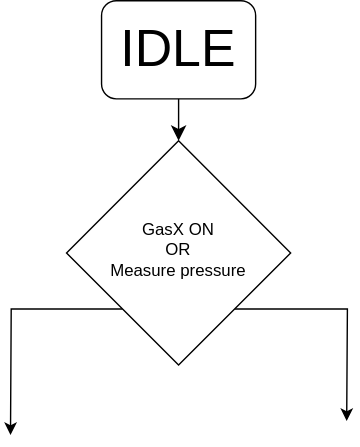
Earlier version of the draw.io export Untitled Diagram.drawio.svg (lampnis/vi-things). Source tidied: cells renumbered, new cells last; positions are measured from the earlier drawing's top-left corner, leaving out a move shared by most shapes.
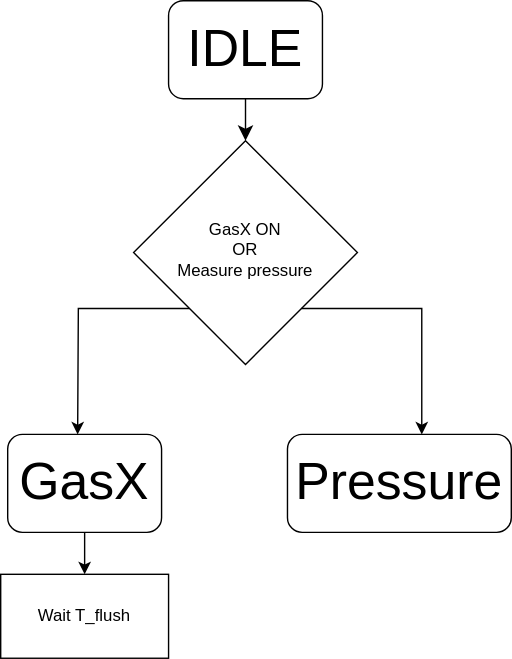
The same file after the commit.

What changed in the source:
```diff
@@ -8,11 +8,6 @@
     <mxCell id="3" value="&lt;font style=&quot;font-size: 37px;&quot;&gt;IDLE&lt;/font&gt;" style="rounded=1;whiteSpace=wrap;html=1;fontSize=12;glass=0;strokeWidth=1;shadow=0;" parent="1" vertex="1">
       <mxGeometry x="65" width="110" height="70" as="geometry" />
     </mxCell>
-    <mxCell id="4" style="edgeStyle=orthogonalEdgeStyle;rounded=0;jettySize=auto;html=1;exitX=1;exitY=1;exitDx=0;exitDy=0;" parent="1" edge="1" source="6">
-      <mxGeometry relative="1" as="geometry">
-        <mxPoint x="240" y="300" as="targetPoint" />
-      </mxGeometry>
-    </mxCell>
     <mxCell id="5" style="edgeStyle=orthogonalEdgeStyle;rounded=0;jettySize=auto;html=1;exitX=0;exitY=1;exitDx=0;exitDy=0;" parent="1" edge="1" source="6">
       <mxGeometry relative="1" as="geometry">
         <mxPoint y="310" as="targetPoint" />
@@ -21,5 +16,24 @@
     <mxCell id="6" value="GasX ON&lt;div&gt;OR&lt;/div&gt;&lt;div&gt;Measure pressure&lt;/div&gt;" style="rhombus;whiteSpace=wrap;html=1;shadow=0;fontFamily=Helvetica;fontSize=12;align=center;strokeWidth=1;spacing=6;spacingTop=-4;" parent="1" vertex="1">
       <mxGeometry x="40" y="100" width="160" height="160" as="geometry" />
     </mxCell>
+    <mxCell id="7" style="edgeStyle=orthogonalEdgeStyle;rounded=0;jettySize=auto;html=1;exitX=0.5;exitY=1;exitDx=0;exitDy=0;entryX=0.5;entryY=0;entryDx=0;entryDy=0;" parent="1" edge="1" source="8" target="11">
+      <mxGeometry relative="1" as="geometry" />
+    </mxCell>
+    <mxCell id="8" value="&lt;font style=&quot;font-size: 37px;&quot;&gt;GasX&lt;/font&gt;" style="rounded=1;whiteSpace=wrap;html=1;fontSize=12;glass=0;strokeWidth=1;shadow=0;" parent="1" vertex="1">
+      <mxGeometry x="-50" y="310" width="110" height="70" as="geometry" />
+    </mxCell>
+    <mxCell id="9" value="&lt;font style=&quot;font-size: 37px;&quot;&gt;Pressure&lt;/font&gt;" style="rounded=1;whiteSpace=wrap;html=1;fontSize=12;glass=0;strokeWidth=1;shadow=0;" parent="1" vertex="1">
+      <mxGeometry x="150" y="310" width="160" height="70" as="geometry" />
+    </mxCell>
+    <mxCell id="10" style="edgeStyle=orthogonalEdgeStyle;rounded=0;jettySize=auto;html=1;exitX=1;exitY=1;exitDx=0;exitDy=0;entryX=0.6;entryY=0;entryDx=0;entryDy=0;entryPerimeter=0;" parent="1" edge="1" source="6" target="9">
+      <mxGeometry relative="1" as="geometry">
+        <Array as="points">
+          <mxPoint x="246" y="220" />
+        </Array>
+      </mxGeometry>
+    </mxCell>
+    <mxCell id="11" value="Wait T_flush" style="rounded=0;whiteSpace=wrap;html=1;" parent="1" vertex="1">
+      <mxGeometry x="-55" y="410" width="120" height="60" as="geometry" />
+    </mxCell>
   </root>
 </mxGraphModel>
```
